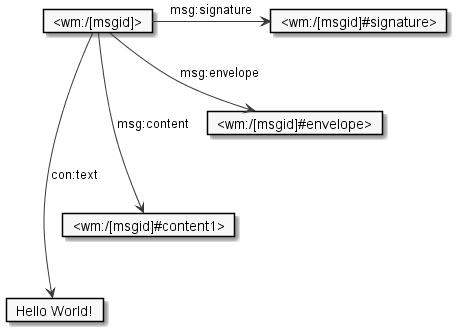
Above: documentation/protocol/img/message-structure-nographs.png in researchstudio-sat/webofneeds (PlantUML), before the change. The source it was exported from:
```plantuml
@startuml
scale 1
skinparam monochrome true

card "<wm:/[msgid]>" as msg
card "<wm:/[msgid]#envelope>" as env
card "<wm:/[msgid]#signature>" as sig
card "<wm:/[msgid]#content1>" as cnt1
card "Hello World!" as text

msg -> sig : "msg:signature"
msg -> env : "msg:envelope"
msg -> cnt1 : "msg:content"
msg -> text : "con:text"
msg -[hidden]right-> env
sig -[hidden]down-> env
env -[hidden]down-> cnt1
cnt1 -[hidden]down-> text

@enduml
```
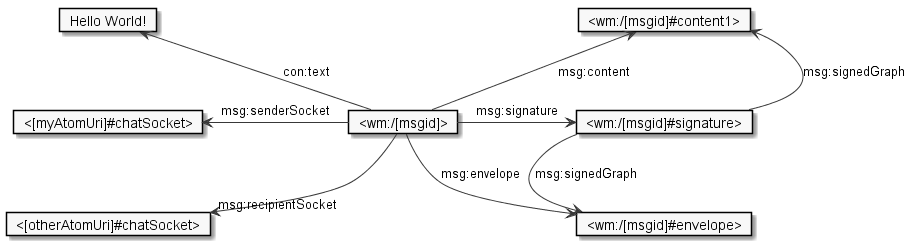
Later version of the same file.

What changed in the source:
```diff
@@ -7,14 +7,23 @@
 card "<wm:/[msgid]#signature>" as sig
 card "<wm:/[msgid]#content1>" as cnt1
 card "Hello World!" as text
+card "<[myAtomUri]#chatSocket>" as senderSocket
+card "<[otherAtomUri]#chatSocket>" as recipientSocket
 
-msg -> sig : "msg:signature"
-msg -> env : "msg:envelope"
-msg -> cnt1 : "msg:content"
-msg -> text : "con:text"
-msg -[hidden]right-> env
+
+msg -[norank]-> sig : "msg:signature"
+msg -[norank]-> env : "msg:envelope"
+msg -[norank]-> cnt1 : "msg:content"
+msg -[norank]-> text : "con:text"
+sig -[norank]-> env : "msg:signedGraph"
+sig -[norank]-> cnt1: "msg:signedGraph"
+msg -[norank]-> senderSocket : "msg:senderSocket"
+msg -[norank]-> "msg:recipientSocket" recipientSocket
+
+sig -[hidden]up-> cnt1
+msg -[hidden]right-> sig
 sig -[hidden]down-> env
-env -[hidden]down-> cnt1
-cnt1 -[hidden]down-> text
-
+senderSocket -[hidden]up-> text
+msg -[hidden]left-> senderSocket
+senderSocket -[hidden]down-> recipientSocket
 @enduml
```
